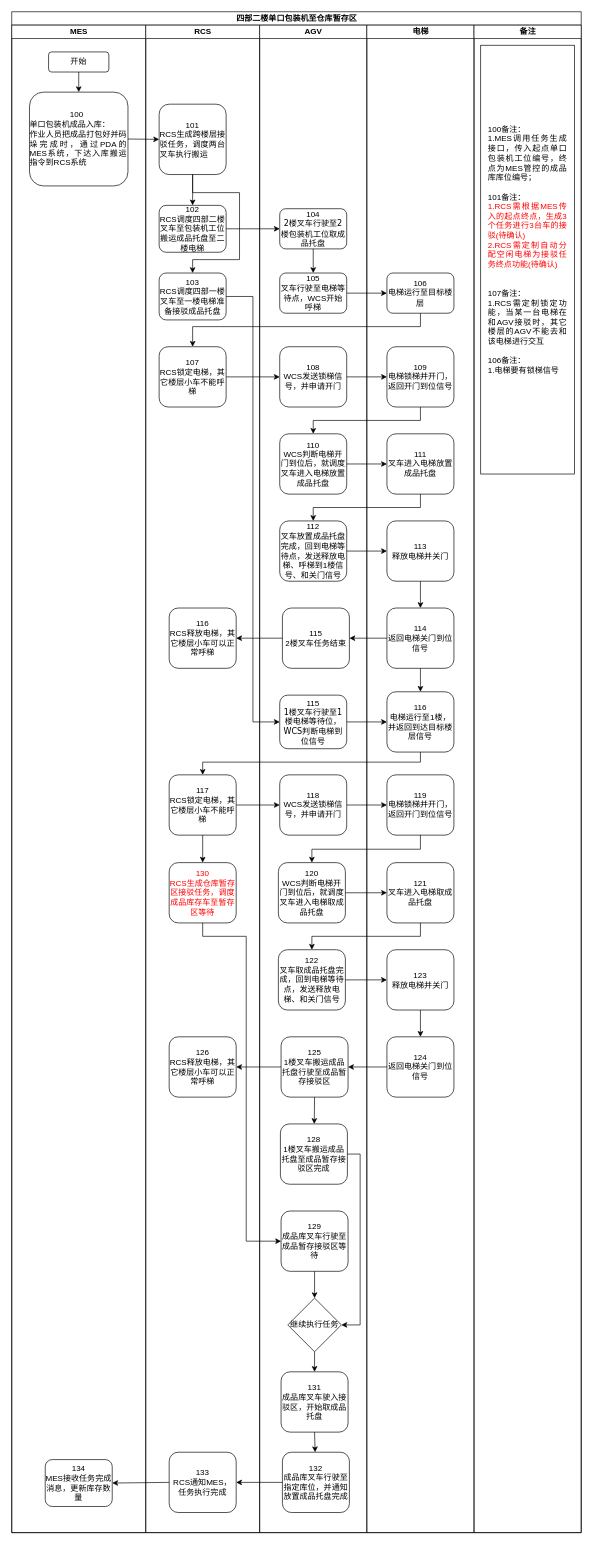
The draw.io diagram page "四部二楼单口包装机至仓库暂存区流程" (6 of 20) of data/伍子醉作业流程图0221.drawio in chenyanxi/hosts, before the edit. Source tidied: cells renumbered, new cells numbered last; positions are measured from the earlier drawing's top-left corner, leaving out a move shared by most shapes. Both pictures are drawn from the tidied source at 67%, with x=0, y=0 at pixel (11, 11).
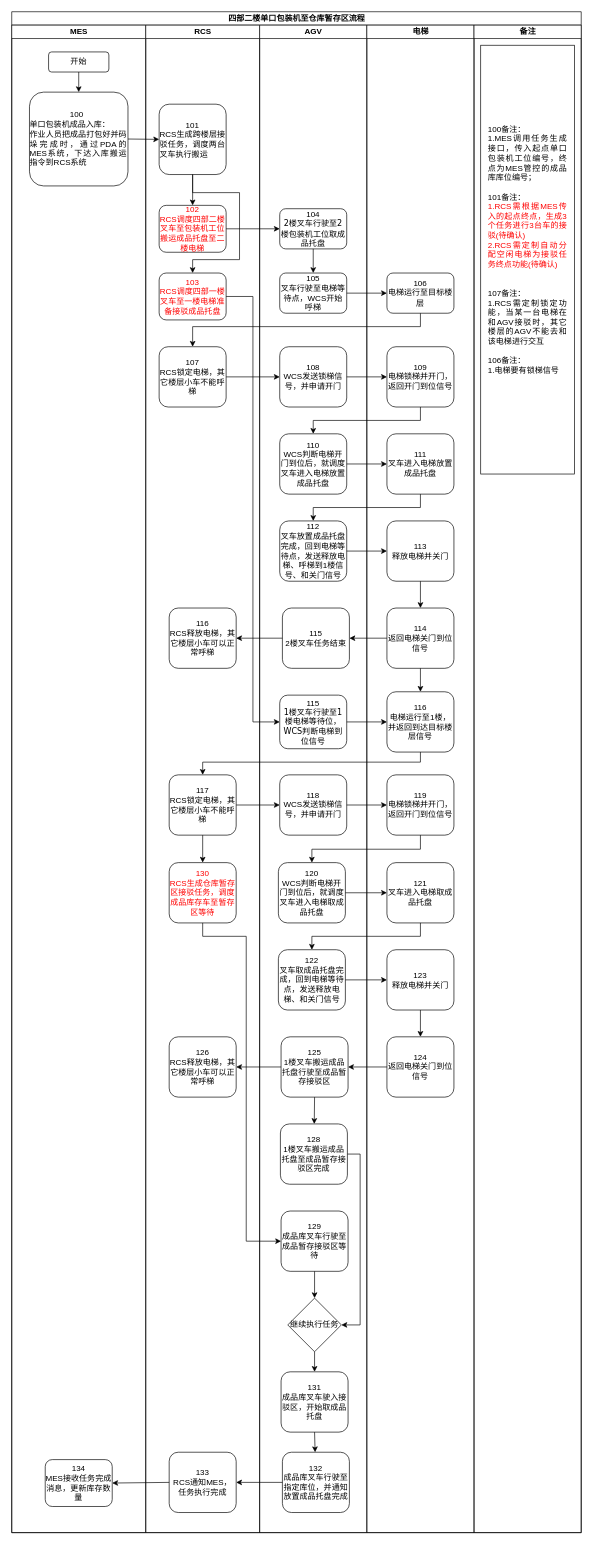
The same page after the edit.

Commit message:
更新伍子醉作业流程图0221.drawio

Unchanged cells that the change refers to:
```xml
<mxCell id="8" value="RCS" style="swimlane;html=1;startSize=20;" parent="2" vertex="1">
  <mxGeometry x="200" y="20" width="170" height="2250" as="geometry" />
</mxCell>
```

What changed in the source:
```diff
@@
-    <mxCell id="2" value="&lt;span style=&quot;font-size: 12px;&quot;&gt;四部二楼单口包装机至仓库暂存区&lt;/span&gt;" style="swimlane;html=1;startSize=20;rounded=0;shadow=0;labelBackgroundColor=none;strokeWidth=1;fontFamily=Verdana;fontSize=8;align=center;" parent="1" vertex="1">
+    <mxCell id="2" value="&lt;span style=&quot;font-size: 12px;&quot;&gt;四部二楼单口包装机至仓库暂存区流程&lt;/span&gt;" style="swimlane;html=1;startSize=20;rounded=0;shadow=0;labelBackgroundColor=none;strokeWidth=1;fontFamily=Verdana;fontSize=8;align=center;" parent="1" vertex="1">
       <mxGeometry width="850" height="2270" as="geometry" />
     </mxCell>
@@
-    <mxCell id="10" value="&lt;font style=&quot;font-size: 12px;&quot; face=&quot;Helvetica&quot;&gt;102&lt;/font&gt;&lt;div&gt;&lt;font style=&quot;font-size: 12px;&quot; face=&quot;Helvetica&quot;&gt;RCS调度四部二楼叉车至包装机工位搬运成品托盘至二楼电梯&lt;/font&gt;&lt;/div&gt;" style="rounded=1;whiteSpace=wrap;html=1;shadow=0;labelBackgroundColor=none;strokeWidth=1;fontFamily=Verdana;fontSize=8;align=center;" parent="8" vertex="1">
+    <mxCell id="10" value="&lt;font style=&quot;font-size: 12px; color: rgb(255, 0, 0);&quot; face=&quot;Helvetica&quot;&gt;102&lt;/font&gt;&lt;div&gt;&lt;font style=&quot;font-size: 12px; color: rgb(255, 0, 0);&quot; face=&quot;Helvetica&quot;&gt;RCS调度四部二楼叉车至包装机工位搬运成品托盘至二楼电梯&lt;/font&gt;&lt;/div&gt;" style="rounded=1;whiteSpace=wrap;html=1;shadow=0;labelBackgroundColor=none;strokeWidth=1;fontFamily=Verdana;fontSize=8;align=center;" parent="8" vertex="1">
       <mxGeometry x="20" y="269" width="100" height="70" as="geometry" />
     </mxCell>
@@
-    <mxCell id="12" value="&lt;font style=&quot;font-size: 12px;&quot; face=&quot;Helvetica&quot;&gt;103&lt;/font&gt;&lt;div&gt;&lt;font style=&quot;font-size: 12px;&quot; face=&quot;Helvetica&quot;&gt;RCS调度四部一楼叉车至一楼电梯准备接驳成品托盘&lt;/font&gt;&lt;/div&gt;" style="rounded=1;whiteSpace=wrap;html=1;shadow=0;labelBackgroundColor=none;strokeWidth=1;fontFamily=Verdana;fontSize=8;align=center;" parent="8" vertex="1">
+    <mxCell id="12" value="&lt;font style=&quot;font-size: 12px; color: rgb(255, 0, 0);&quot; face=&quot;Helvetica&quot;&gt;103&lt;/font&gt;&lt;div&gt;&lt;font style=&quot;font-size: 12px; color: rgb(255, 0, 0);&quot; face=&quot;Helvetica&quot;&gt;RCS调度四部一楼叉车至一楼电梯准备接驳成品托盘&lt;/font&gt;&lt;/div&gt;" style="rounded=1;whiteSpace=wrap;html=1;shadow=0;labelBackgroundColor=none;strokeWidth=1;fontFamily=Verdana;fontSize=8;align=center;" parent="8" vertex="1">
       <mxGeometry x="20" y="370" width="100" height="70" as="geometry" />
     </mxCell>
```
